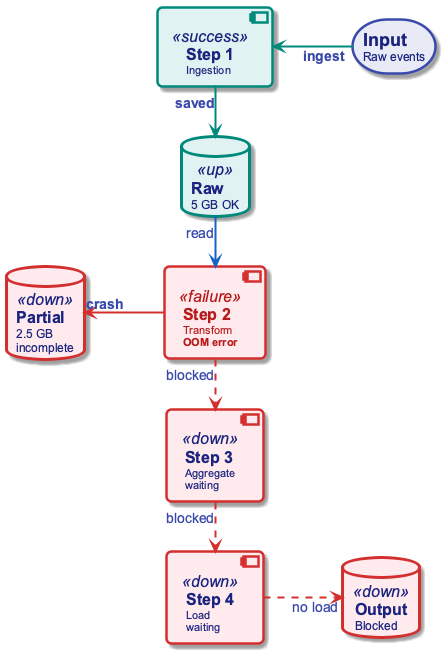
This is diagrams/week01/week1_lecture_slide35_failure.png from OrPerets/data-engineering-course, a PlantUML export, as it was before one commit.
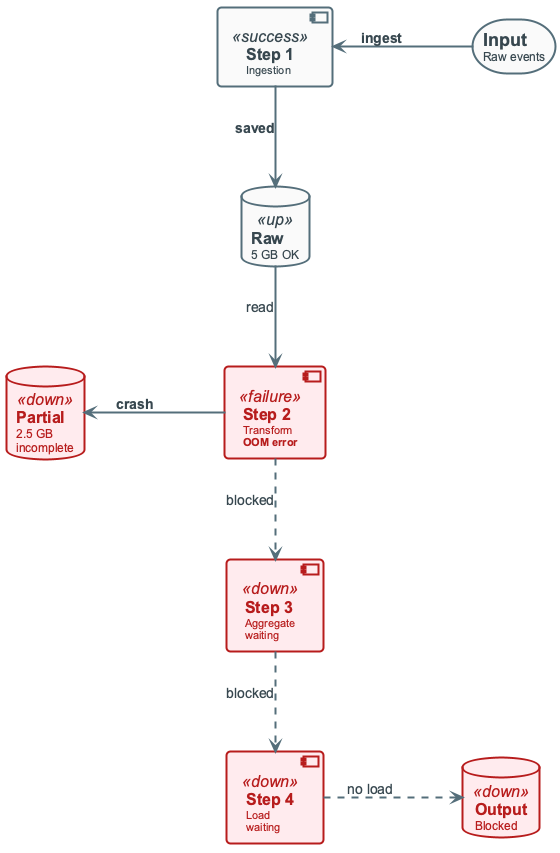
Later version of the same file.

Change to the diagram source:
```diff
@@ -16,13 +16,13 @@
 
 database "**Output**\n<size:12>Blocked</size>" as OUTPUT <<down>>
 
-INPUT -left[#00897B,thickness=2]-> STEP1 : <color:#3949AB><b>ingest</b></color>
-STEP1 -down[#00897B,thickness=2]-> RAW : <color:#3949AB><b>saved</b></color>
-RAW -down[#1565C0,thickness=2]-> STEP2 : <color:#3949AB>read</color>
+INPUT -left-> STEP1 : **ingest**
+STEP1 -down-> RAW : **saved**
+RAW -down-> STEP2 : read
 
-STEP2 -left[#D32F2F,thickness=2]-> PARTIAL : <color:#3949AB><b>crash</b></color>
-STEP2 -down[#D32F2F,thickness=2,dashed]-> STEP3 : <color:#3949AB>blocked</color>
-STEP3 -down[#D32F2F,thickness=2,dashed]-> STEP4 : <color:#3949AB>blocked</color>
-STEP4 -right[#D32F2F,thickness=2,dashed]-> OUTPUT : <color:#3949AB>no load</color>
+STEP2 -left-> PARTIAL : **crash**
+STEP2 -down[dashed]-> STEP3 : blocked
+STEP3 -down[dashed]-> STEP4 : blocked
+STEP4 -right[dashed]-> OUTPUT : no load
 
 @enduml
```
